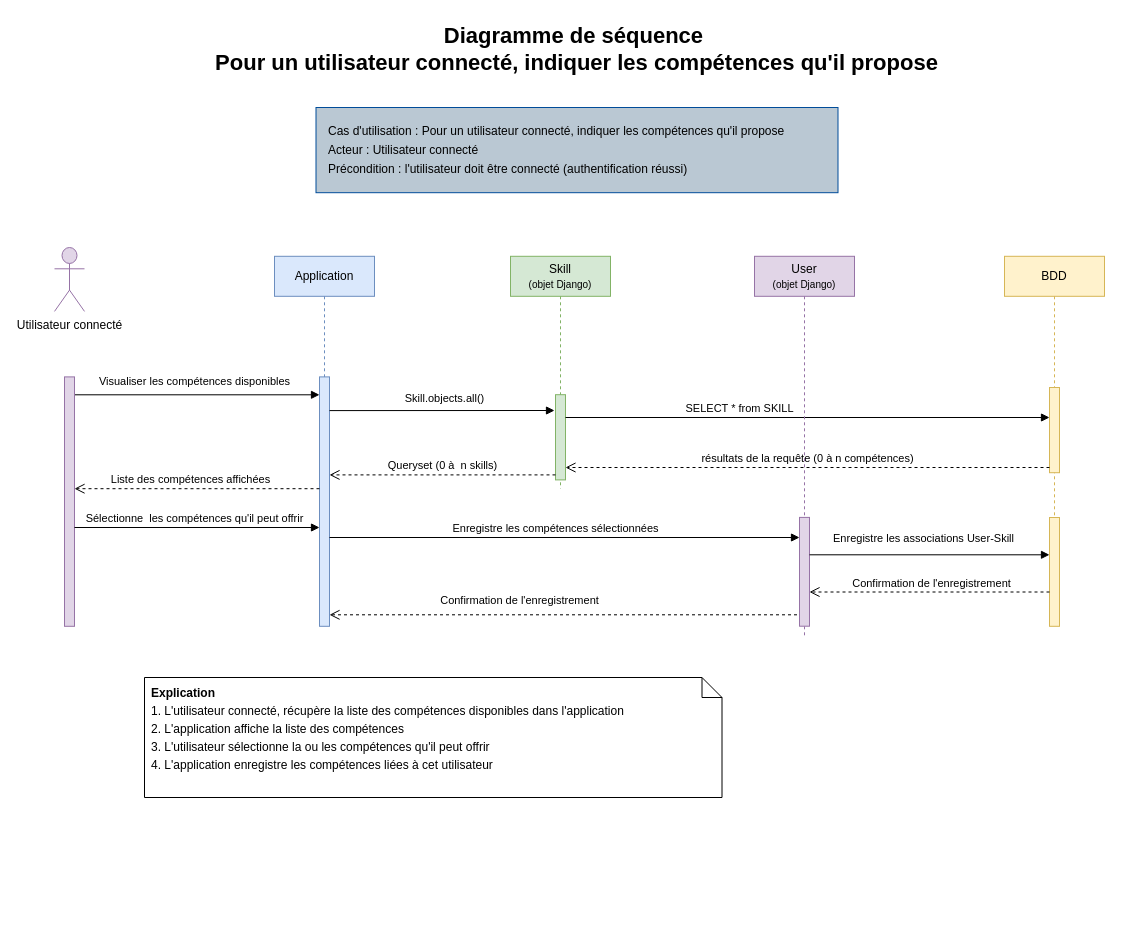
Above: page "diagramme de séquence" (3 of 4) of doc/UMLSkillsExchange.drawio in alfaro-b/Eval_Web_Python (draw.io), before the change. Source tidied: cells renumbered, new cells numbered last; positions are measured from the earlier drawing's top-left corner, leaving out a move shared by most shapes. Both pictures are drawn from the tidied source at 100%, with x=0, y=0 at pixel (54, 17).
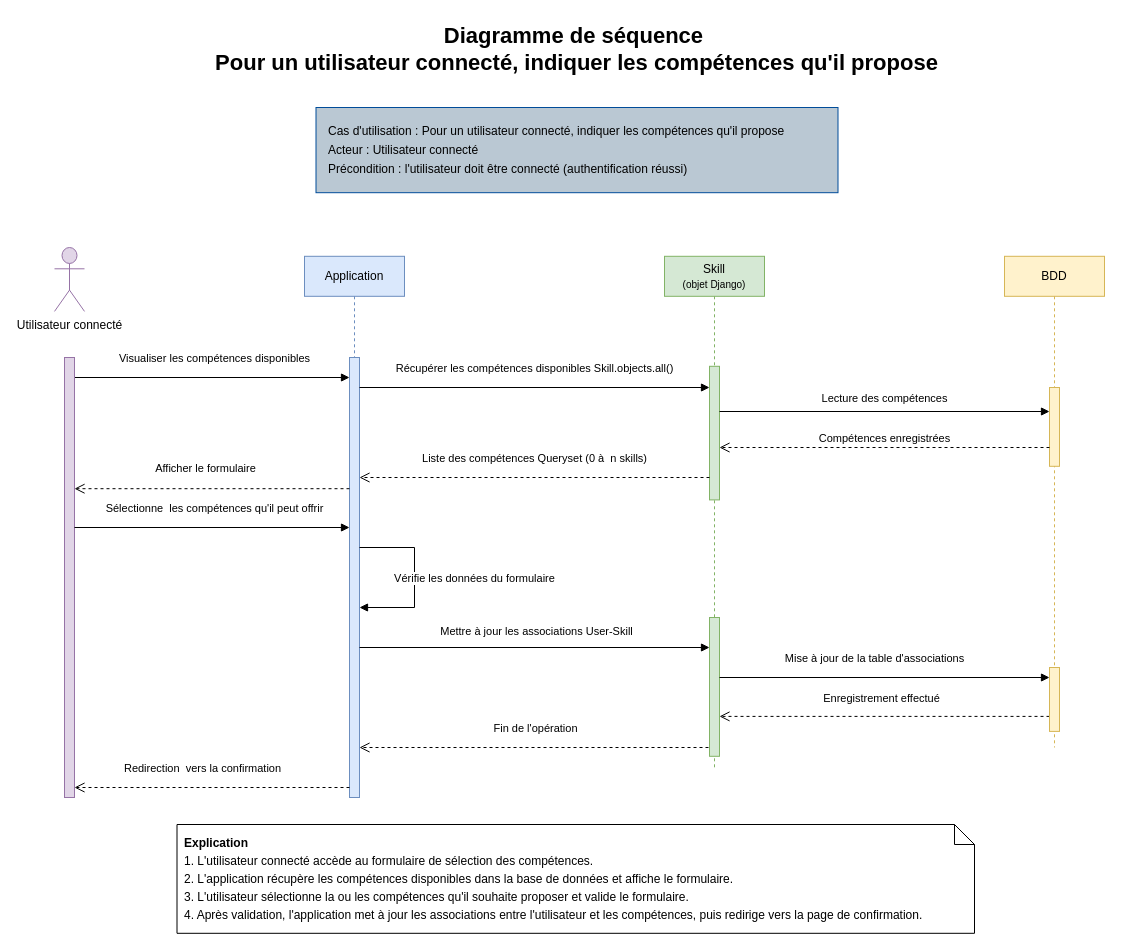
Above is the later version.

What changed in the source:
```diff
@@
     <mxCell id="2" value="BDD" style="shape=umlLifeline;perimeter=lifelinePerimeter;whiteSpace=wrap;html=1;newEdgeStyle={&quot;curved&quot;:0,&quot;rounded&quot;:0};fillColor=#fff2cc;strokeColor=#d6b656;" parent="1" vertex="1">
-      <mxGeometry x="950" y="238.8" width="100" height="370" as="geometry" />
+      <mxGeometry x="950" y="238.8" width="100" height="491.2" as="geometry" />
     </mxCell>
-    <mxCell id="3" style="html=1;points=[[0,0,0,0,5],[0,1,0,0,-5],[1,0,0,0,5],[1,1,0,0,-5]];perimeter=orthogonalPerimeter;outlineConnect=0;targetShapes=umlLifeline;portConstraint=eastwest;newEdgeStyle={&quot;curved&quot;:0,&quot;rounded&quot;:0};fillColor=#fff2cc;strokeColor=#d6b656;" parent="2" vertex="1">
-      <mxGeometry x="45" y="261.2" width="10" height="108.8" as="geometry" />
-    </mxCell>
     <mxCell id="4" style="html=1;perimeter=orthogonalPerimeter;targetShapes=umlLifeline;newEdgeStyle={&quot;curved&quot;:0,&quot;rounded&quot;:0};fillColor=#fff2cc;strokeColor=#d6b656;" parent="2" vertex="1">
-      <mxGeometry x="45" y="131.2" width="10" height="85.2" as="geometry" />
+      <mxGeometry x="45" y="131.2" width="10" height="78.8" as="geometry" />
     </mxCell>
     <mxCell id="5" value="Application" style="shape=umlLifeline;perimeter=lifelinePerimeter;whiteSpace=wrap;html=1;newEdgeStyle={&quot;curved&quot;:0,&quot;rounded&quot;:0};fillColor=#dae8fc;strokeColor=#6c8ebf;" parent="1" vertex="1">
-      <mxGeometry x="220" y="238.8" width="100" height="370" as="geometry" />
+      <mxGeometry x="250" y="238.8" width="100" height="541.2" as="geometry" />
     </mxCell>
     <mxCell id="6" style="html=1;points=[[0,0,0,0,5],[0,1,0,0,-5],[1,0,0,0,5],[1,1,0,0,-5]];perimeter=orthogonalPerimeter;outlineConnect=0;targetShapes=umlLifeline;portConstraint=eastwest;newEdgeStyle={&quot;curved&quot;:0,&quot;rounded&quot;:0};fillColor=#dae8fc;strokeColor=#6c8ebf;" parent="5" vertex="1">
-      <mxGeometry x="45" y="120.6" width="10" height="249.4" as="geometry" />
+      <mxGeometry x="45" y="101.2" width="10" height="440" as="geometry" />
     </mxCell>
+    <mxCell id="27" value="Vérifie les données du formulaire" style="html=1;verticalAlign=bottom;endArrow=block;curved=0;rounded=0;edgeStyle=orthogonalEdgeStyle;innerLoopWaypoints=1;" parent="5" edge="1">
+      <mxGeometry x="0.12" y="60" relative="1" as="geometry">
+        <mxPoint x="55" y="291.2" as="sourcePoint" />
+        <mxPoint x="55" y="351.2" as="targetPoint" />
+        <Array as="points">
+          <mxPoint x="110" y="291.2" />
+          <mxPoint x="110" y="351.2" />
+        </Array>
+      </mxGeometry>
+    </mxCell>
     <mxCell id="7" value="Skill&lt;div&gt;&lt;font style=&quot;font-size: 10px;&quot;&gt;(objet Django)&lt;/font&gt;&lt;/div&gt;" style="shape=umlLifeline;perimeter=lifelinePerimeter;whiteSpace=wrap;html=1;newEdgeStyle={&quot;curved&quot;:0,&quot;rounded&quot;:0};fillColor=#d5e8d4;strokeColor=#82b366;" parent="1" vertex="1">
-      <mxGeometry x="456" y="238.8" width="100" height="232.4" as="geometry" />
+      <mxGeometry x="610" y="238.8" width="100" height="511.2" as="geometry" />
     </mxCell>
     <mxCell id="8" style="html=1;points=[[0,0,0,0,5],[0,1,0,0,-5],[1,0,0,0,5],[1,1,0,0,-5]];perimeter=orthogonalPerimeter;outlineConnect=0;targetShapes=umlLifeline;portConstraint=eastwest;newEdgeStyle={&quot;curved&quot;:0,&quot;rounded&quot;:0};fillColor=#d5e8d4;strokeColor=#82b366;" parent="7" vertex="1">
-      <mxGeometry x="45" y="138.4" width="10" height="85.2" as="geometry" />
+      <mxGeometry x="45" y="110" width="10" height="133.6" as="geometry" />
     </mxCell>
+    <mxCell id="28" style="html=1;points=[[0,0,0,0,5],[0,1,0,0,-5],[1,0,0,0,5],[1,1,0,0,-5]];perimeter=orthogonalPerimeter;outlineConnect=0;targetShapes=umlLifeline;portConstraint=eastwest;newEdgeStyle={&quot;curved&quot;:0,&quot;rounded&quot;:0};fillColor=#d5e8d4;strokeColor=#82b366;" parent="7" vertex="1">
+      <mxGeometry x="45" y="361.2" width="10" height="138.8" as="geometry" />
+    </mxCell>
@@
-    <mxCell id="10" value="Visualiser les compétences disponibles" style="html=1;verticalAlign=bottom;endArrow=block;curved=0;rounded=0;entryX=0;entryY=0;entryDx=0;entryDy=5;" parent="1" edge="1">
-      <mxGeometry x="-0.02" y="4" relative="1" as="geometry">
-        <mxPoint x="20" y="377.3" as="sourcePoint" />
-        <mxPoint x="265" y="377.3" as="targetPoint" />
+    <mxCell id="10" value="Visualiser les compétences disponibles" style="html=1;verticalAlign=bottom;endArrow=block;curved=0;rounded=0;" parent="1" edge="1" target="6">
+      <mxGeometry x="0.02" y="10" relative="1" as="geometry">
+        <mxPoint x="20" y="360" as="sourcePoint" />
       </mxGeometry>
     </mxCell>
     <mxCell id="11" style="html=1;perimeter=orthogonalPerimeter;targetShapes=umlLifeline;newEdgeStyle={&quot;curved&quot;:0,&quot;rounded&quot;:0};fillColor=#e1d5e7;strokeColor=#9673a6;" parent="1" vertex="1">
-      <mxGeometry x="10" y="359.4" width="10" height="249.4" as="geometry" />
+      <mxGeometry x="10" y="340" width="10" height="440" as="geometry" />
     </mxCell>
-    <mxCell id="12" value="Skill.objects.all()" style="html=1;verticalAlign=bottom;endArrow=block;curved=0;rounded=0;entryX=0.44;entryY=0.693;entryDx=0;entryDy=0;entryPerimeter=0;" parent="1" edge="1">
-      <mxGeometry x="0.02" y="3" relative="1" as="geometry">
-        <mxPoint x="275" y="393.1" as="sourcePoint" />
-        <mxPoint x="500" y="393" as="targetPoint" />
+    <mxCell id="12" value="Récupérer les compétences disponibles Skill.objects.all()" style="html=1;verticalAlign=bottom;endArrow=block;curved=0;rounded=0;" parent="1" edge="1" target="8">
+      <mxGeometry y="10" relative="1" as="geometry">
+        <mxPoint x="305" y="370" as="sourcePoint" />
       </mxGeometry>
     </mxCell>
-    <mxCell id="13" value="Queryset (0 à&amp;nbsp; n skills)" style="html=1;verticalAlign=bottom;endArrow=open;dashed=1;endSize=8;curved=0;rounded=0;exitX=0;exitY=1;exitDx=0;exitDy=-5;" parent="1" edge="1" source="8" target="6">
-      <mxGeometry relative="1" as="geometry" />
+    <mxCell id="13" value="Liste des compétences Queryset (0 à&amp;nbsp; n skills)" style="html=1;verticalAlign=bottom;endArrow=open;dashed=1;endSize=8;curved=0;rounded=0;" parent="1" edge="1" source="8">
+      <mxGeometry y="-10" relative="1" as="geometry">
+        <mxPoint x="305" y="460" as="targetPoint" />
+      </mxGeometry>
     </mxCell>
-    <mxCell id="14" value="Enregistre les compétences sélectionnées" style="html=1;verticalAlign=bottom;endArrow=block;curved=0;rounded=0;" parent="1" edge="1" target="24">
-      <mxGeometry x="-0.04" relative="1" as="geometry">
-        <mxPoint x="275" y="520" as="sourcePoint" />
-      </mxGeometry>
-    </mxCell>
-    <mxCell id="15" value="Confirmation de l'enregistrement" style="html=1;verticalAlign=bottom;endArrow=open;dashed=1;endSize=8;curved=0;rounded=0;" parent="1" edge="1" target="6">
-      <mxGeometry x="0.19" y="-5" relative="1" as="geometry">
-        <mxPoint x="742.5" y="597.3" as="sourcePoint" />
+    <mxCell id="15" value="Fin de l'opération" style="html=1;verticalAlign=bottom;endArrow=open;dashed=1;endSize=8;curved=0;rounded=0;exitX=-0.1;exitY=0.854;exitDx=0;exitDy=0;exitPerimeter=0;" parent="1" edge="1">
+      <mxGeometry x="-0.01" y="-10" relative="1" as="geometry">
+        <mxPoint x="654" y="730" as="sourcePoint" />
+        <mxPoint x="305" y="730" as="targetPoint" />
       </mxGeometry>
     </mxCell>
@@
-    <mxCell id="18" value="&lt;div style=&quot;line-height: 150%;&quot;&gt;&lt;b&gt;Explication&lt;/b&gt;&lt;div&gt;1. L'utilisateur connecté, récupère la liste des compétences disponibles dans l'application&lt;/div&gt;&lt;div&gt;2. L'application affiche la liste des compétences&lt;/div&gt;&lt;div&gt;3. L'utilisateur sélectionne la ou les compétences qu'il peut offrir&lt;/div&gt;&lt;div&gt;4. L'application enregistre les compétences liées à cet utilisateur&lt;/div&gt;&lt;div&gt;&lt;br&gt;&lt;/div&gt;&lt;/div&gt;" style="shape=note;size=20;whiteSpace=wrap;html=1;align=left;spacingLeft=5;" parent="1" vertex="1">
-      <mxGeometry x="90" y="660" width="577.5" height="120" as="geometry" />
+    <mxCell id="18" value="&lt;div style=&quot;line-height: 150%;&quot;&gt;&lt;b&gt;Explication&lt;/b&gt;&lt;div&gt;1. L'utilisateur connecté accède au formulaire de sélection des compétences.&lt;/div&gt;&lt;div&gt;2. L'application récupère les compétences disponibles dans la base de données et affiche le formulaire.&lt;/div&gt;&lt;div&gt;3. L'utilisateur sélectionne la ou les compétences qu'il souhaite proposer et valide le formulaire.&lt;/div&gt;&lt;div&gt;4. Après validation, l'application met à jour les associations entre l'utilisateur et les compétences, puis redirige vers la page de confirmation.&lt;/div&gt;&lt;/div&gt;" style="shape=note;size=20;whiteSpace=wrap;html=1;align=left;spacingLeft=5;" parent="1" vertex="1">
+      <mxGeometry x="122.5" y="807" width="797.5" height="108.8" as="geometry" />
     </mxCell>
-    <mxCell id="19" value="SELECT * from SKILL" style="html=1;verticalAlign=bottom;endArrow=block;curved=0;rounded=0;" parent="1" edge="1">
-      <mxGeometry x="-0.28" relative="1" as="geometry">
-        <mxPoint x="511" y="400" as="sourcePoint" />
-        <mxPoint x="995" y="400" as="targetPoint" />
+    <mxCell id="19" value="Lecture des compétences" style="html=1;verticalAlign=bottom;endArrow=block;curved=0;rounded=0;" parent="1" edge="1" source="8">
+      <mxGeometry y="4" relative="1" as="geometry">
+        <mxPoint x="995" y="394" as="targetPoint" />
       </mxGeometry>
     </mxCell>
-    <mxCell id="20" value="résultats de la requête (0 à n compétences)" style="html=1;verticalAlign=bottom;endArrow=open;dashed=1;endSize=8;curved=0;rounded=0;entryX=1;entryY=1;entryDx=0;entryDy=-5;entryPerimeter=0;" parent="1" edge="1">
+    <mxCell id="20" value="Compétences enregistrées" style="html=1;verticalAlign=bottom;endArrow=open;dashed=1;endSize=8;curved=0;rounded=0;" parent="1" edge="1" target="8">
       <mxGeometry relative="1" as="geometry">
-        <mxPoint x="995" y="450" as="sourcePoint" />
-        <mxPoint x="511" y="450" as="targetPoint" />
+        <mxPoint x="995" y="430" as="sourcePoint" />
       </mxGeometry>
     </mxCell>
-    <mxCell id="21" value="Liste des compétences affichées" style="html=1;verticalAlign=bottom;endArrow=open;dashed=1;endSize=8;curved=0;rounded=0;" parent="1" edge="1">
-      <mxGeometry x="0.05" relative="1" as="geometry">
-        <mxPoint x="265" y="471.2" as="sourcePoint" />
+    <mxCell id="21" value="Afficher le formulaire" style="html=1;verticalAlign=bottom;endArrow=open;dashed=1;endSize=8;curved=0;rounded=0;" parent="1" edge="1" source="6">
+      <mxGeometry x="0.05" y="-11" relative="1" as="geometry">
         <mxPoint x="20" y="471.2" as="targetPoint" />
       </mxGeometry>
     </mxCell>
-    <mxCell id="22" value="Sélectionne&amp;nbsp; les compétences qu'il peut offrir" style="html=1;verticalAlign=bottom;endArrow=block;curved=0;rounded=0;" parent="1" edge="1">
-      <mxGeometry x="-0.02" relative="1" as="geometry">
+    <mxCell id="22" value="Sélectionne&amp;nbsp; les compétences qu'il peut offrir" style="html=1;verticalAlign=bottom;endArrow=block;curved=0;rounded=0;" parent="1" edge="1" target="6">
+      <mxGeometry x="0.02" y="10" relative="1" as="geometry">
         <mxPoint x="20" y="510" as="sourcePoint" />
-        <mxPoint x="265" y="510" as="targetPoint" />
       </mxGeometry>
     </mxCell>
-    <mxCell id="23" value="User&lt;div&gt;&lt;font style=&quot;font-size: 10px;&quot;&gt;(objet Django)&lt;/font&gt;&lt;/div&gt;" style="shape=umlLifeline;perimeter=lifelinePerimeter;whiteSpace=wrap;html=1;newEdgeStyle={&quot;curved&quot;:0,&quot;rounded&quot;:0};fillColor=#e1d5e7;strokeColor=#9673a6;" parent="1" vertex="1">
-      <mxGeometry x="700" y="238.8" width="100" height="381.2" as="geometry" />
-    </mxCell>
-    <mxCell id="24" style="html=1;points=[[0,0,0,0,5],[0,1,0,0,-5],[1,0,0,0,5],[1,1,0,0,-5]];perimeter=orthogonalPerimeter;outlineConnect=0;targetShapes=umlLifeline;portConstraint=eastwest;newEdgeStyle={&quot;curved&quot;:0,&quot;rounded&quot;:0};fillColor=#e1d5e7;strokeColor=#9673a6;" parent="23" vertex="1">
-      <mxGeometry x="45" y="261.1" width="10" height="108.8" as="geometry" />
-    </mxCell>
-    <mxCell id="25" value="Enregistre les associations User-Skill" style="html=1;verticalAlign=bottom;endArrow=block;curved=0;rounded=0;" parent="1" edge="1" target="3">
-      <mxGeometry x="-0.05" y="7" relative="1" as="geometry">
-        <mxPoint x="755" y="537.3" as="sourcePoint" />
+    <mxCell id="25" value="Mise à jour de la table d'associations" style="html=1;verticalAlign=bottom;endArrow=block;curved=0;rounded=0;" parent="1" edge="1" source="28">
+      <mxGeometry x="-0.06" y="10" relative="1" as="geometry">
+        <mxPoint x="995" y="660" as="targetPoint" />
       </mxGeometry>
     </mxCell>
-    <mxCell id="26" value="Confirmation de l'enregistrement" style="html=1;verticalAlign=bottom;endArrow=open;dashed=1;endSize=8;curved=0;rounded=0;" parent="1" edge="1">
-      <mxGeometry x="-0.02" relative="1" as="geometry">
-        <mxPoint x="995" y="574.5" as="sourcePoint" />
-        <mxPoint x="755" y="574.5" as="targetPoint" />
+    <mxCell id="26" value="Enregistrement effectué" style="html=1;verticalAlign=bottom;endArrow=open;dashed=1;endSize=8;curved=0;rounded=0;" parent="1" edge="1" target="28">
+      <mxGeometry x="0.02" y="-9" relative="1" as="geometry">
+        <mxPoint x="995" y="698.9" as="sourcePoint" />
+        <Array as="points">
+          <mxPoint x="750" y="698.9" />
+        </Array>
       </mxGeometry>
     </mxCell>
+    <mxCell id="29" style="html=1;verticalAlign=bottom;endArrow=open;dashed=1;endSize=8;curved=0;rounded=0;" parent="1" edge="1" target="3">
+      <mxGeometry x="-0.02" relative="1" as="geometry">
+        <mxPoint x="995" y="660" as="sourcePoint" />
+      </mxGeometry>
+    </mxCell>
+    <mxCell id="3" style="html=1;points=[[0,0,0,0,5],[0,1,0,0,-5],[1,0,0,0,5],[1,1,0,0,-5]];perimeter=orthogonalPerimeter;outlineConnect=0;targetShapes=umlLifeline;portConstraint=eastwest;newEdgeStyle={&quot;curved&quot;:0,&quot;rounded&quot;:0};fillColor=#fff2cc;strokeColor=#d6b656;" parent="1" vertex="1">
+      <mxGeometry x="995" y="650" width="10" height="63.9" as="geometry" />
+    </mxCell>
+    <mxCell id="30" value="Mettre à jour les associations User-Skill" style="html=1;verticalAlign=bottom;endArrow=block;curved=0;rounded=0;" parent="1" edge="1" target="28">
+      <mxGeometry x="0.01" y="7" relative="1" as="geometry">
+        <mxPoint x="305" y="630" as="sourcePoint" />
+      </mxGeometry>
+    </mxCell>
+    <mxCell id="31" value="Redirection&amp;nbsp; vers la confirmation" style="html=1;verticalAlign=bottom;endArrow=open;dashed=1;endSize=8;curved=0;rounded=0;" parent="1" edge="1" source="6">
+      <mxGeometry x="0.07" y="-10" relative="1" as="geometry">
+        <mxPoint x="20" y="770" as="targetPoint" />
+      </mxGeometry>
+    </mxCell>
```
